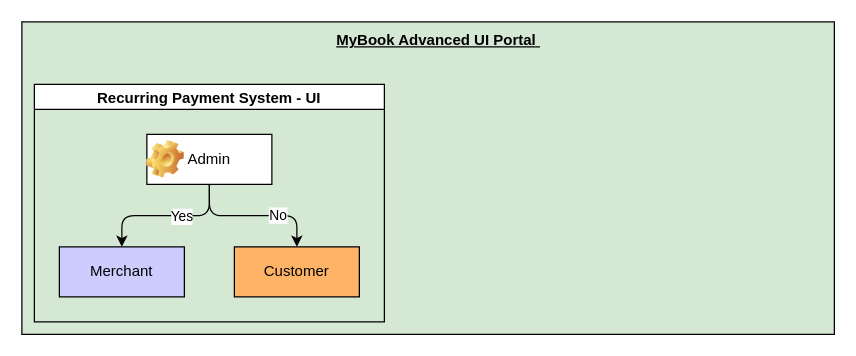
The draw.io diagram Untitled Diagram.drawio in kk-ecu/tobedeleted, before the edit. Source tidied: cells renumbered, new cells numbered last; positions are measured from the earlier drawing's top-left corner, leaving out a move shared by most shapes. Both pictures are drawn from the tidied source at 125%, with x=0, y=0 at pixel (21, 21).
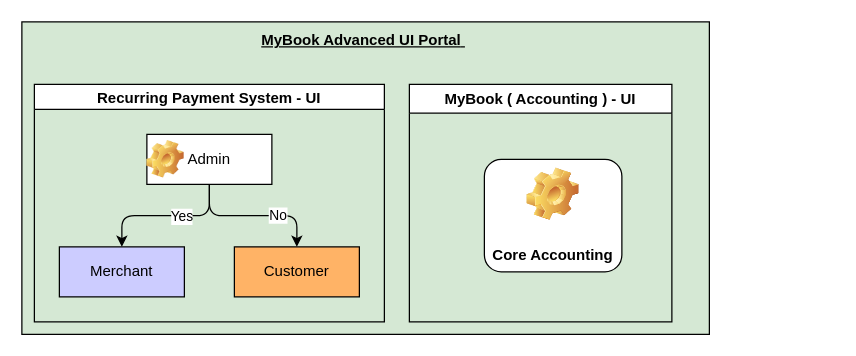
The same page after the edit.

What changed in the source:
```diff
@@
 <mxGraphModel>
   <root>
     <mxCell id="0" />
     <mxCell id="1" parent="0" />
     <mxCell id="2" style="rounded=0;whiteSpace=wrap;html=1;fillColor=#D5E8D4;" parent="1" vertex="1">
-      <mxGeometry width="650" height="250" as="geometry" />
+      <mxGeometry width="550" height="250" as="geometry" />
     </mxCell>
     <mxCell id="3" value="&lt;div style=&quot;&quot;&gt;&lt;span style=&quot;background-color: initial;&quot;&gt;MyBook Advanced UI Portal&lt;/span&gt;&lt;span style=&quot;background-color: initial; text-wrap: nowrap; color: rgba(0, 0, 0, 0); font-family: monospace; font-size: 0px;&quot;&gt;%3 CmxGraphModel%3E%3Croot%3E%3CmxCell%20id%3D%220%22%2F%3E%3CmxCell%20id%3D%221%22%20parent%3D%220%22%2F%3E%3CmxCell%20id%3D%222%22%20value%3D%22c%22%20style%3D%22ellipse%3BwhiteSpace%3Dwrap%3Bhtml%3D1%3B%22%20vertex%3D%221%22%20parent%3D%221%22%3E%3CmxGeometry%20x%3D%22340%22%20y%3D%22470%22%20width%3D%2210%22%20height%3D%2210%22%20as%3D%22geometry%22%2F%3E%3C%2FmxCell%3E%3C%2Froot%3E%3C%2FmxGraphModel%3E&lt;/span&gt;&lt;span style=&quot;background-color: initial;&quot;&gt;&amp;nbsp;&lt;/span&gt;&lt;/div&gt;" style="text;html=1;align=left;verticalAlign=middle;whiteSpace=wrap;rounded=1;fontStyle=5;" parent="1" vertex="1">
-      <mxGeometry x="250" width="190" height="30" as="geometry" />
+      <mxGeometry x="190" width="190" height="30" as="geometry" />
     </mxCell>
     <mxCell id="4" value="Recurring Payment System - UI" style="swimlane;startSize=20;horizontal=1;horizontalTree=0;containerType=tree;fontSize=12;" parent="1" vertex="1">
       <mxGeometry x="10" y="50" width="280" height="190" as="geometry" />
     </mxCell>
     <mxCell id="5" value="Admin" style="whiteSpace=wrap;html=1;" parent="4" vertex="1">
       <mxGeometry x="90" y="40" width="100" height="40" as="geometry" />
     </mxCell>
     <mxCell id="6" value="Merchant" style="whiteSpace=wrap;html=1;fillColor=#CCCCFF;" parent="4" vertex="1">
       <mxGeometry x="20" y="130" width="100" height="40" as="geometry" />
     </mxCell>
     <mxCell id="7" style="edgeStyle=elbowEdgeStyle;elbow=vertical;html=1;rounded=1;curved=0;sourcePerimeterSpacing=0;targetPerimeterSpacing=0;startSize=6;endSize=6;" parent="4" edge="1" source="5" target="6">
       <mxGeometry relative="1" as="geometry" />
     </mxCell>
     <mxCell id="8" value="Yes" style="edgeLabel;html=1;align=center;verticalAlign=middle;" parent="7" vertex="1">
       <mxGeometry x="-0.2" relative="1" as="geometry" />
     </mxCell>
     <mxCell id="9" value="Customer" style="whiteSpace=wrap;html=1;fillColor=#FFB366;" parent="4" vertex="1">
       <mxGeometry x="160" y="130" width="100" height="40" as="geometry" />
     </mxCell>
     <mxCell id="10" style="edgeStyle=elbowEdgeStyle;elbow=vertical;html=1;rounded=1;curved=0;sourcePerimeterSpacing=0;targetPerimeterSpacing=0;startSize=6;endSize=6;" parent="4" edge="1" source="5" target="9">
       <mxGeometry relative="1" as="geometry" />
     </mxCell>
     <mxCell id="11" value="No" style="edgeLabel;html=1;align=center;verticalAlign=middle;" parent="10" vertex="1">
       <mxGeometry x="0.32" y="1" relative="1" as="geometry" />
     </mxCell>
     <mxCell id="12" style="shape=image;html=1;verticalLabelPosition=bottom;verticalAlign=top;imageAspect=0;image=img/clipart/Gear_128x128.png;" parent="4" vertex="1">
       <mxGeometry x="90" y="45" width="30" height="30" as="geometry" />
     </mxCell>
+    <mxCell id="13" value="MyBook ( Accounting ) - UI" style="swimlane;" parent="1" vertex="1">
+      <mxGeometry x="310" y="50" width="210" height="190" as="geometry" />
+    </mxCell>
+    <mxCell id="14" value="Core Accounting" style="label;whiteSpace=wrap;html=1;align=center;verticalAlign=bottom;spacingLeft=0;spacingBottom=4;imageAlign=center;imageVerticalAlign=top;image=img/clipart/Gear_128x128.png;" parent="13" vertex="1">
+      <mxGeometry x="60" y="60" width="110" height="90" as="geometry" />
+    </mxCell>
   </root>
 </mxGraphModel>
```
